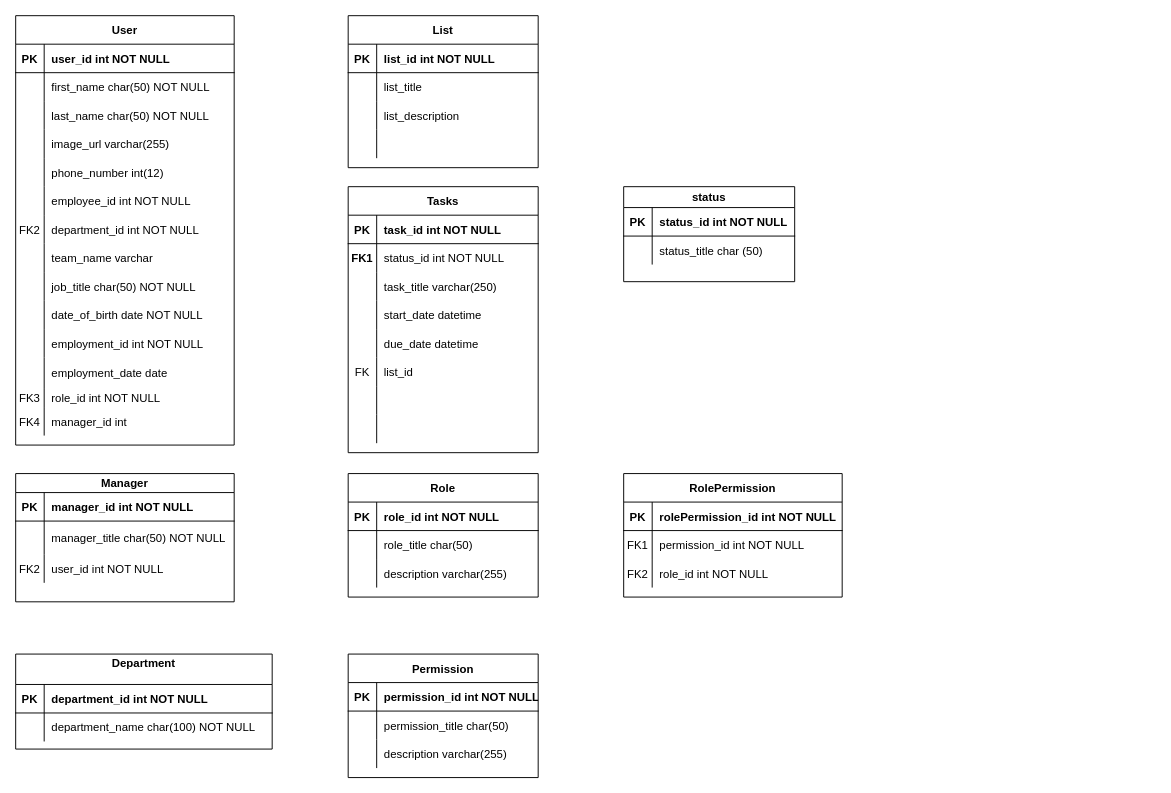
Before: Onboarding-ERD.drawio in opeyemi-jonah/Employee-onboarding-app, a draw.io diagram. Source tidied: cells renumbered, new cells numbered last; positions are measured from the earlier drawing's top-left corner, leaving out a move shared by most shapes. Both pictures are drawn from the tidied source at 95%, with x=0, y=0 at pixel (15, 15).
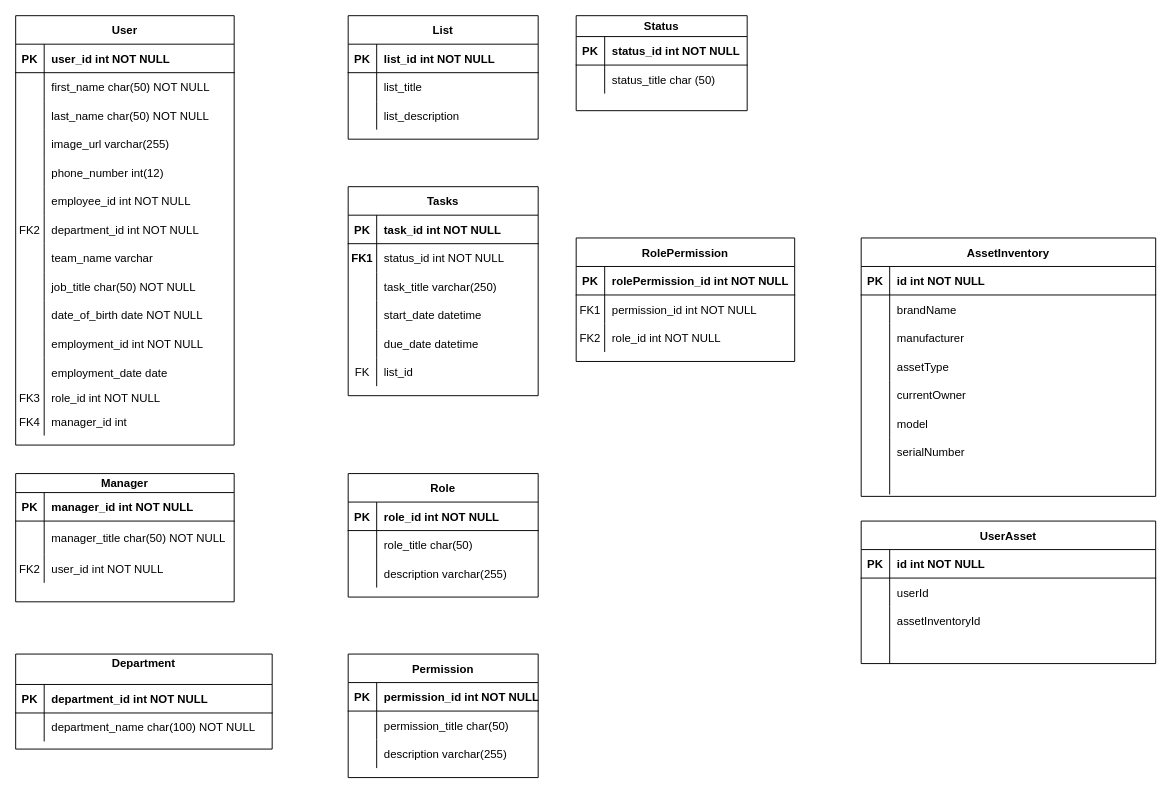
The same diagram, later.

Diff of the diagram source:
```diff
@@
-    <mxCell id="12" value="status" style="shape=table;startSize=22;childLayout=tableLayout;rowLines=0;fontStyle=1;align=center;" parent="1" vertex="1">
-      <mxGeometry x="640" y="180" width="180" height="100" as="geometry" />
+    <mxCell id="12" value="Status" style="shape=table;startSize=22;childLayout=tableLayout;rowLines=0;fontStyle=1;align=center;" parent="1" vertex="1">
+      <mxGeometry x="590" width="180" height="100" as="geometry" />
     </mxCell>
@@
     <mxCell id="62" value="Tasks" style="shape=table;startSize=30;childLayout=tableLayout;rowLines=0;fontStyle=1;align=center;" parent="1" vertex="1">
-      <mxGeometry x="350" y="180" width="200" height="280" as="geometry" />
+      <mxGeometry x="350" y="180" width="200" height="220" as="geometry" />
     </mxCell>
@@
-    <mxCell id="81" style="shape=partialRectangle;fillColor=none;top=0;left=0;right=0;bottom=0;" parent="62" vertex="1">
-      <mxGeometry y="210" width="200" height="30" as="geometry" />
-    </mxCell>
-    <mxCell id="82" style="shape=partialRectangle;overflow=hidden;fillColor=none;top=0;left=0;bottom=0;right=0;" parent="81" vertex="1">
-      <mxGeometry width="30" height="30" as="geometry" />
-    </mxCell>
-    <mxCell id="83" style="shape=partialRectangle;overflow=hidden;fillColor=none;top=0;left=0;bottom=0;right=0;align=left;spacingLeft=6;" parent="81" vertex="1">
-      <mxGeometry x="30" width="170" height="30" as="geometry" />
-    </mxCell>
-    <mxCell id="84" style="shape=partialRectangle;fillColor=none;top=0;left=0;right=0;bottom=0;" parent="62" vertex="1">
-      <mxGeometry y="240" width="200" height="30" as="geometry" />
-    </mxCell>
-    <mxCell id="85" style="shape=partialRectangle;overflow=hidden;fillColor=none;top=0;left=0;bottom=0;right=0;" parent="84" vertex="1">
-      <mxGeometry width="30" height="30" as="geometry" />
-    </mxCell>
-    <mxCell id="86" style="shape=partialRectangle;overflow=hidden;fillColor=none;top=0;left=0;bottom=0;right=0;align=left;spacingLeft=6;" parent="84" vertex="1">
-      <mxGeometry x="30" width="170" height="30" as="geometry" />
-    </mxCell>
@@
     <mxCell id="114" value="RolePermission" style="shape=table;startSize=30;childLayout=tableLayout;rowLines=0;fontStyle=1;align=center;" parent="1" vertex="1">
-      <mxGeometry x="640" y="482" width="230" height="130" as="geometry" />
+      <mxGeometry x="590" y="234" width="230" height="130" as="geometry" />
     </mxCell>
@@
     <mxCell id="124" value="List" style="shape=table;startSize=30;childLayout=tableLayout;rowLines=0;fontStyle=1;align=center;" parent="1" vertex="1">
-      <mxGeometry x="350" width="200" height="160" as="geometry" />
+      <mxGeometry x="350" width="200" height="130" as="geometry" />
     </mxCell>
@@
-    <mxCell id="134" style="shape=partialRectangle;fillColor=none;top=0;left=0;right=0;bottom=0;" parent="124" vertex="1">
-      <mxGeometry y="120" width="200" height="30" as="geometry" />
-    </mxCell>
-    <mxCell id="135" style="shape=partialRectangle;overflow=hidden;fillColor=none;top=0;left=0;bottom=0;right=0;" parent="134" vertex="1">
-      <mxGeometry width="30" height="30" as="geometry" />
-    </mxCell>
-    <mxCell id="136" style="shape=partialRectangle;overflow=hidden;fillColor=none;top=0;left=0;bottom=0;right=0;align=left;spacingLeft=6;" parent="134" vertex="1">
-      <mxGeometry x="30" width="170" height="30" as="geometry" />
-    </mxCell>
+    <mxCell id="137" value="AssetInventory" style="shape=table;startSize=30;childLayout=tableLayout;rowLines=0;fontStyle=1;align=center;" parent="1" vertex="1">
+      <mxGeometry x="890" y="234" width="310" height="272" as="geometry" />
+    </mxCell>
+    <mxCell id="138" style="shape=partialRectangle;fillColor=none;top=0;left=0;right=0;bottom=1;" parent="137" vertex="1">
+      <mxGeometry y="30" width="310" height="30" as="geometry" />
+    </mxCell>
+    <mxCell id="139" value="PK" style="shape=partialRectangle;overflow=hidden;fillColor=none;top=0;left=0;bottom=0;right=0;fontStyle=1;" parent="138" vertex="1">
+      <mxGeometry width="30" height="30" as="geometry" />
+    </mxCell>
+    <mxCell id="140" value="id int NOT NULL" style="shape=partialRectangle;overflow=hidden;fillColor=none;top=0;left=0;bottom=0;right=0;align=left;spacingLeft=6;fontStyle=1;" parent="138" vertex="1">
+      <mxGeometry x="30" width="280" height="30" as="geometry" />
+    </mxCell>
+    <mxCell id="141" style="shape=partialRectangle;fillColor=none;top=0;left=0;right=0;bottom=0;" parent="137" vertex="1">
+      <mxGeometry y="60" width="310" height="30" as="geometry" />
+    </mxCell>
+    <mxCell id="142" style="shape=partialRectangle;overflow=hidden;fillColor=none;top=0;left=0;bottom=0;right=0;" parent="141" vertex="1">
+      <mxGeometry width="30" height="30" as="geometry" />
+    </mxCell>
+    <mxCell id="143" value="brandName" style="shape=partialRectangle;overflow=hidden;fillColor=none;top=0;left=0;bottom=0;right=0;align=left;spacingLeft=6;" parent="141" vertex="1">
+      <mxGeometry x="30" width="280" height="30" as="geometry" />
+    </mxCell>
+    <mxCell id="144" style="shape=partialRectangle;fillColor=none;top=0;left=0;right=0;bottom=0;" parent="137" vertex="1">
+      <mxGeometry y="90" width="310" height="30" as="geometry" />
+    </mxCell>
+    <mxCell id="145" style="shape=partialRectangle;overflow=hidden;fillColor=none;top=0;left=0;bottom=0;right=0;" parent="144" vertex="1">
+      <mxGeometry width="30" height="30" as="geometry" />
+    </mxCell>
+    <mxCell id="146" value="manufacturer" style="shape=partialRectangle;overflow=hidden;fillColor=none;top=0;left=0;bottom=0;right=0;align=left;spacingLeft=6;" parent="144" vertex="1">
+      <mxGeometry x="30" width="280" height="30" as="geometry" />
+    </mxCell>
+    <mxCell id="147" style="shape=partialRectangle;fillColor=none;top=0;left=0;right=0;bottom=0;" parent="137" vertex="1">
+      <mxGeometry y="120" width="310" height="30" as="geometry" />
+    </mxCell>
+    <mxCell id="148" style="shape=partialRectangle;overflow=hidden;fillColor=none;top=0;left=0;bottom=0;right=0;" parent="147" vertex="1">
+      <mxGeometry width="30" height="30" as="geometry" />
+    </mxCell>
+    <mxCell id="149" value="assetType" style="shape=partialRectangle;overflow=hidden;fillColor=none;top=0;left=0;bottom=0;right=0;align=left;spacingLeft=6;" parent="147" vertex="1">
+      <mxGeometry x="30" width="280" height="30" as="geometry" />
+    </mxCell>
+    <mxCell id="150" style="shape=partialRectangle;fillColor=none;top=0;left=0;right=0;bottom=0;" parent="137" vertex="1">
+      <mxGeometry y="150" width="310" height="30" as="geometry" />
+    </mxCell>
+    <mxCell id="151" style="shape=partialRectangle;overflow=hidden;fillColor=none;top=0;left=0;bottom=0;right=0;" parent="150" vertex="1">
+      <mxGeometry width="30" height="30" as="geometry" />
+    </mxCell>
+    <mxCell id="152" value="currentOwner" style="shape=partialRectangle;overflow=hidden;fillColor=none;top=0;left=0;bottom=0;right=0;align=left;spacingLeft=6;" parent="150" vertex="1">
+      <mxGeometry x="30" width="280" height="30" as="geometry" />
+    </mxCell>
+    <mxCell id="153" style="shape=partialRectangle;fillColor=none;top=0;left=0;right=0;bottom=0;" parent="137" vertex="1">
+      <mxGeometry y="180" width="310" height="30" as="geometry" />
+    </mxCell>
+    <mxCell id="154" style="shape=partialRectangle;overflow=hidden;fillColor=none;top=0;left=0;bottom=0;right=0;" parent="153" vertex="1">
+      <mxGeometry width="30" height="30" as="geometry" />
+    </mxCell>
+    <mxCell id="155" value="model" style="shape=partialRectangle;overflow=hidden;fillColor=none;top=0;left=0;bottom=0;right=0;align=left;spacingLeft=6;" parent="153" vertex="1">
+      <mxGeometry x="30" width="280" height="30" as="geometry" />
+    </mxCell>
+    <mxCell id="156" style="shape=partialRectangle;fillColor=none;top=0;left=0;right=0;bottom=0;" parent="137" vertex="1">
+      <mxGeometry y="210" width="310" height="30" as="geometry" />
+    </mxCell>
+    <mxCell id="157" style="shape=partialRectangle;overflow=hidden;fillColor=none;top=0;left=0;bottom=0;right=0;" parent="156" vertex="1">
+      <mxGeometry width="30" height="30" as="geometry" />
+    </mxCell>
+    <mxCell id="158" value="serialNumber" style="shape=partialRectangle;overflow=hidden;fillColor=none;top=0;left=0;bottom=0;right=0;align=left;spacingLeft=6;" parent="156" vertex="1">
+      <mxGeometry x="30" width="280" height="30" as="geometry" />
+    </mxCell>
+    <mxCell id="159" style="shape=partialRectangle;fillColor=none;top=0;left=0;right=0;bottom=0;" parent="137" vertex="1">
+      <mxGeometry y="240" width="310" height="30" as="geometry" />
+    </mxCell>
+    <mxCell id="160" style="shape=partialRectangle;overflow=hidden;fillColor=none;top=0;left=0;bottom=0;right=0;" parent="159" vertex="1">
+      <mxGeometry width="30" height="30" as="geometry" />
+    </mxCell>
+    <mxCell id="161" style="shape=partialRectangle;overflow=hidden;fillColor=none;top=0;left=0;bottom=0;right=0;align=left;spacingLeft=6;" parent="159" vertex="1">
+      <mxGeometry x="30" width="280" height="30" as="geometry" />
+    </mxCell>
+    <mxCell id="162" value="UserAsset" style="shape=table;startSize=30;childLayout=tableLayout;rowLines=0;fontStyle=1;align=center;" parent="1" vertex="1">
+      <mxGeometry x="890" y="532" width="310" height="150" as="geometry" />
+    </mxCell>
+    <mxCell id="163" style="shape=partialRectangle;fillColor=none;top=0;left=0;right=0;bottom=1;" parent="162" vertex="1">
+      <mxGeometry y="30" width="310" height="30" as="geometry" />
+    </mxCell>
+    <mxCell id="164" value="PK" style="shape=partialRectangle;overflow=hidden;fillColor=none;top=0;left=0;bottom=0;right=0;fontStyle=1;" parent="163" vertex="1">
+      <mxGeometry width="30" height="30" as="geometry" />
+    </mxCell>
+    <mxCell id="165" value="id int NOT NULL" style="shape=partialRectangle;overflow=hidden;fillColor=none;top=0;left=0;bottom=0;right=0;align=left;spacingLeft=6;fontStyle=1;" parent="163" vertex="1">
+      <mxGeometry x="30" width="280" height="30" as="geometry" />
+    </mxCell>
+    <mxCell id="166" style="shape=partialRectangle;fillColor=none;top=0;left=0;right=0;bottom=0;" parent="162" vertex="1">
+      <mxGeometry y="60" width="310" height="30" as="geometry" />
+    </mxCell>
+    <mxCell id="167" style="shape=partialRectangle;overflow=hidden;fillColor=none;top=0;left=0;bottom=0;right=0;" parent="166" vertex="1">
+      <mxGeometry width="30" height="30" as="geometry" />
+    </mxCell>
+    <mxCell id="168" value="userId" style="shape=partialRectangle;overflow=hidden;fillColor=none;top=0;left=0;bottom=0;right=0;align=left;spacingLeft=6;" parent="166" vertex="1">
+      <mxGeometry x="30" width="280" height="30" as="geometry" />
+    </mxCell>
+    <mxCell id="169" style="shape=partialRectangle;fillColor=none;top=0;left=0;right=0;bottom=0;" parent="162" vertex="1">
+      <mxGeometry y="90" width="310" height="30" as="geometry" />
+    </mxCell>
+    <mxCell id="170" style="shape=partialRectangle;overflow=hidden;fillColor=none;top=0;left=0;bottom=0;right=0;" parent="169" vertex="1">
+      <mxGeometry width="30" height="30" as="geometry" />
+    </mxCell>
+    <mxCell id="171" value="assetInventoryId" style="shape=partialRectangle;overflow=hidden;fillColor=none;top=0;left=0;bottom=0;right=0;align=left;spacingLeft=6;" parent="169" vertex="1">
+      <mxGeometry x="30" width="280" height="30" as="geometry" />
+    </mxCell>
+    <mxCell id="172" style="shape=partialRectangle;fillColor=none;top=0;left=0;right=0;bottom=0;" parent="162" vertex="1">
+      <mxGeometry y="120" width="310" height="30" as="geometry" />
+    </mxCell>
+    <mxCell id="173" style="shape=partialRectangle;overflow=hidden;fillColor=none;top=0;left=0;bottom=0;right=0;" parent="172" vertex="1">
+      <mxGeometry width="30" height="30" as="geometry" />
+    </mxCell>
+    <mxCell id="174" style="shape=partialRectangle;overflow=hidden;fillColor=none;top=0;left=0;bottom=0;right=0;align=left;spacingLeft=6;" parent="172" vertex="1">
+      <mxGeometry x="30" width="280" height="30" as="geometry" />
+    </mxCell>
```
